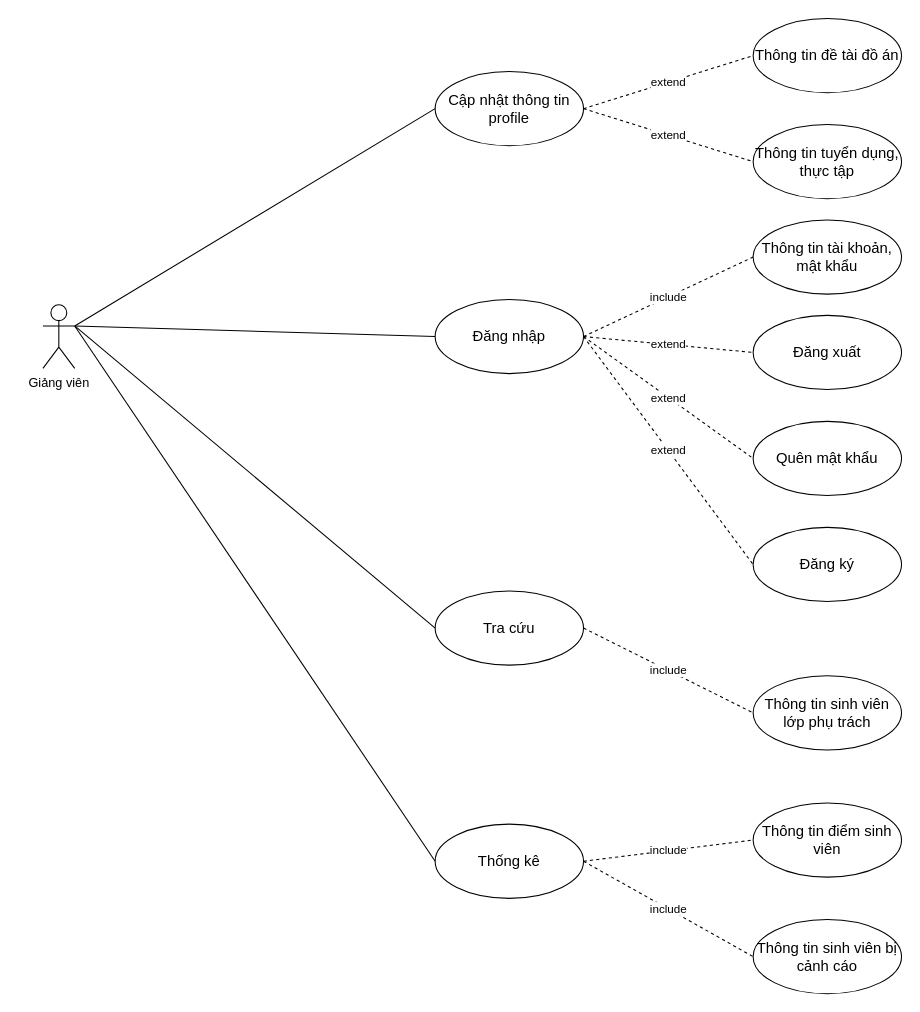
This is DA_II/drawio/usecaseLecturer.drawio from toroieno/HUST, a draw.io file, before an edit. Source tidied: cells renumbered, new cells numbered last; positions are measured from the earlier drawing's top-left corner, leaving out a move shared by most shapes. Both pictures are drawn from the tidied source at 106%, with x=0, y=0 at pixel (42, 18).
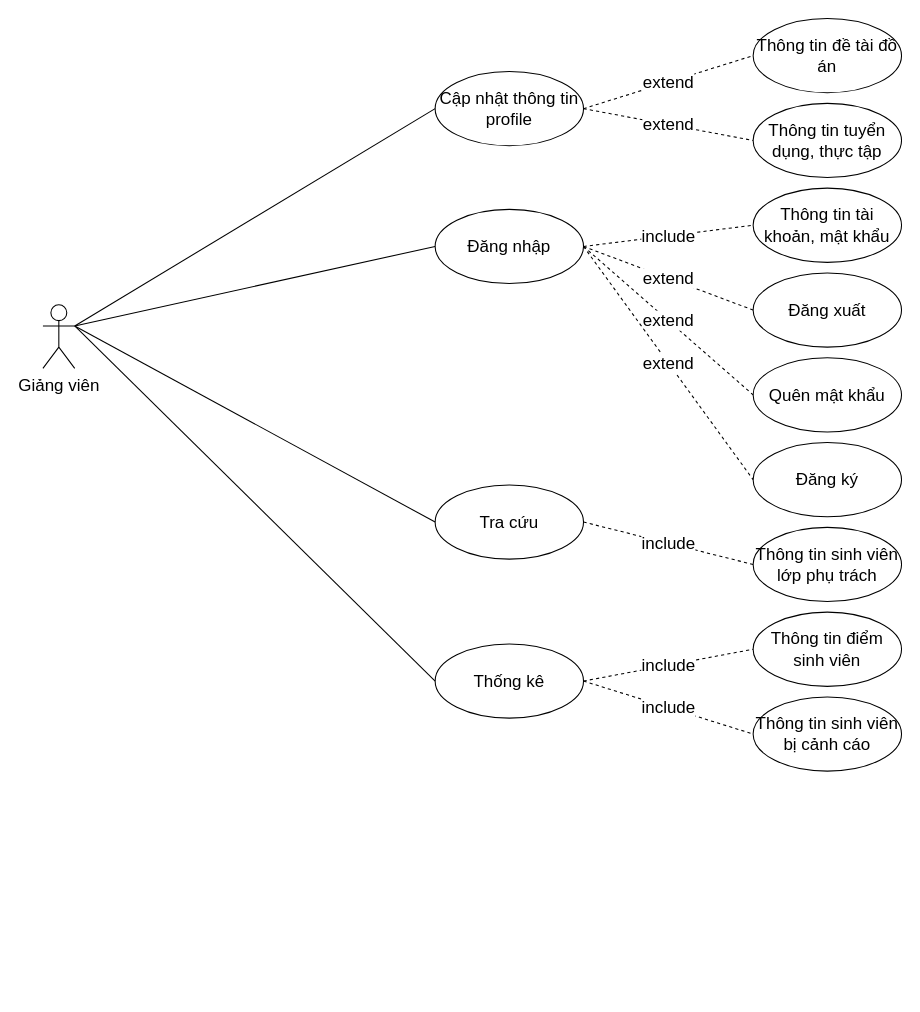
The same diagram, later.

Change to the diagram source:
```diff
@@
-    <mxCell id="2" value="Giảng viên" style="shape=umlActor;verticalLabelPosition=bottom;verticalAlign=top;html=1;outlineConnect=0;" parent="1" vertex="1">
+    <mxCell id="2" value="Giảng viên" style="shape=umlActor;verticalLabelPosition=bottom;verticalAlign=top;html=1;outlineConnect=0;fontSize=16;" parent="1" vertex="1">
       <mxGeometry y="270" width="30" height="60" as="geometry" />
     </mxCell>
-    <mxCell id="3" value="Cập nhật thông tin profile" style="ellipse;whiteSpace=wrap;html=1;strokeWidth=1;fontSize=14;" parent="1" vertex="1">
+    <mxCell id="3" value="Cập nhật thông tin profile" style="ellipse;whiteSpace=wrap;html=1;strokeWidth=1;fontSize=16;" parent="1" vertex="1">
       <mxGeometry x="370" y="50" width="140" height="70" as="geometry" />
     </mxCell>
-    <mxCell id="4" value="Đăng nhập" style="ellipse;whiteSpace=wrap;html=1;strokeWidth=1;fontSize=14;" parent="1" vertex="1">
-      <mxGeometry x="370" y="265" width="140" height="70" as="geometry" />
+    <mxCell id="4" value="Đăng nhập" style="ellipse;whiteSpace=wrap;html=1;strokeWidth=1;fontSize=16;" parent="1" vertex="1">
+      <mxGeometry x="370" y="180" width="140" height="70" as="geometry" />
     </mxCell>
-    <mxCell id="5" value="Thống kê" style="ellipse;whiteSpace=wrap;html=1;strokeWidth=1;fontSize=14;" parent="1" vertex="1">
-      <mxGeometry x="370" y="760" width="140" height="70" as="geometry" />
+    <mxCell id="5" value="Thống kê" style="ellipse;whiteSpace=wrap;html=1;strokeWidth=1;fontSize=16;" parent="1" vertex="1">
+      <mxGeometry x="370" y="590" width="140" height="70" as="geometry" />
     </mxCell>
-    <mxCell id="6" value="Tra cứu" style="ellipse;whiteSpace=wrap;html=1;strokeWidth=1;fontSize=14;" parent="1" vertex="1">
-      <mxGeometry x="370" y="540" width="140" height="70" as="geometry" />
+    <mxCell id="6" value="Tra cứu" style="ellipse;whiteSpace=wrap;html=1;strokeWidth=1;fontSize=16;" parent="1" vertex="1">
+      <mxGeometry x="370" y="440" width="140" height="70" as="geometry" />
     </mxCell>
-    <mxCell id="7" style="endArrow=none;html=1;rounded=0;entryX=0;entryY=0.5;entryDx=0;entryDy=0;exitX=1;exitY=0.3333333333333333;exitDx=0;exitDy=0;exitPerimeter=0;" parent="1" edge="1" source="2" target="3">
+    <mxCell id="7" style="endArrow=none;html=1;rounded=0;entryX=0;entryY=0.5;entryDx=0;entryDy=0;exitX=1;exitY=0.3333333333333333;exitDx=0;exitDy=0;exitPerimeter=0;fontSize=16;" parent="1" edge="1" source="2" target="3">
       <mxGeometry relative="1" as="geometry" />
     </mxCell>
-    <mxCell id="8" style="endArrow=none;html=1;rounded=0;entryX=0;entryY=0.5;entryDx=0;entryDy=0;exitX=1;exitY=0.3333333333333333;exitDx=0;exitDy=0;exitPerimeter=0;" parent="1" edge="1" source="2" target="5">
+    <mxCell id="8" style="endArrow=none;html=1;rounded=0;entryX=0;entryY=0.5;entryDx=0;entryDy=0;exitX=1;exitY=0.3333333333333333;exitDx=0;exitDy=0;exitPerimeter=0;fontSize=16;" parent="1" edge="1" source="2" target="5">
       <mxGeometry relative="1" as="geometry" />
     </mxCell>
-    <mxCell id="9" style="endArrow=none;html=1;rounded=0;entryX=0;entryY=0.5;entryDx=0;entryDy=0;exitX=1;exitY=0.3333333333333333;exitDx=0;exitDy=0;exitPerimeter=0;" parent="1" edge="1" source="2" target="6">
+    <mxCell id="9" style="endArrow=none;html=1;rounded=0;entryX=0;entryY=0.5;entryDx=0;entryDy=0;exitX=1;exitY=0.3333333333333333;exitDx=0;exitDy=0;exitPerimeter=0;fontSize=16;" parent="1" edge="1" source="2" target="6">
       <mxGeometry relative="1" as="geometry" />
     </mxCell>
-    <mxCell id="10" style="endArrow=none;html=1;rounded=0;exitX=1;exitY=0.3333333333333333;exitDx=0;exitDy=0;exitPerimeter=0;entryX=0;entryY=0.5;entryDx=0;entryDy=0;" parent="1" edge="1" source="2" target="4">
+    <mxCell id="10" style="endArrow=none;html=1;rounded=0;exitX=1;exitY=0.3333333333333333;exitDx=0;exitDy=0;exitPerimeter=0;entryX=0;entryY=0.5;entryDx=0;entryDy=0;fontSize=16;" parent="1" edge="1" source="2" target="4">
       <mxGeometry relative="1" as="geometry" />
     </mxCell>
-    <mxCell id="11" value="include" style="endArrow=none;dashed=1;html=1;rounded=0;entryX=0;entryY=0.5;entryDx=0;entryDy=0;exitX=1;exitY=0.5;exitDx=0;exitDy=0;" parent="1" edge="1" source="4" target="12">
+    <mxCell id="11" value="include" style="endArrow=none;dashed=1;html=1;rounded=0;entryX=0;entryY=0.5;entryDx=0;entryDy=0;exitX=1;exitY=0.5;exitDx=0;exitDy=0;fontSize=16;" parent="1" edge="1" source="4" target="12">
       <mxGeometry relative="1" as="geometry" />
     </mxCell>
-    <mxCell id="12" value="Thông tin tài khoản, mật khẩu" style="ellipse;whiteSpace=wrap;html=1;strokeWidth=1;fontSize=14;" parent="1" vertex="1">
-      <mxGeometry x="670" y="190" width="140" height="70" as="geometry" />
+    <mxCell id="12" value="Thông tin tài khoản, mật khẩu" style="ellipse;whiteSpace=wrap;html=1;strokeWidth=1;fontSize=16;" parent="1" vertex="1">
+      <mxGeometry x="670" y="160" width="140" height="70" as="geometry" />
     </mxCell>
-    <mxCell id="13" value="Đăng xuất" style="ellipse;whiteSpace=wrap;html=1;strokeWidth=1;fontSize=14;" parent="1" vertex="1">
-      <mxGeometry x="670" y="280" width="140" height="70" as="geometry" />
+    <mxCell id="13" value="Đăng xuất" style="ellipse;whiteSpace=wrap;html=1;strokeWidth=1;fontSize=16;" parent="1" vertex="1">
+      <mxGeometry x="670" y="240" width="140" height="70" as="geometry" />
     </mxCell>
-    <mxCell id="14" value="extend" style="endArrow=none;dashed=1;html=1;rounded=0;entryX=0;entryY=0.5;entryDx=0;entryDy=0;exitX=1;exitY=0.5;exitDx=0;exitDy=0;" parent="1" edge="1" source="4" target="13">
+    <mxCell id="14" value="extend" style="endArrow=none;dashed=1;html=1;rounded=0;entryX=0;entryY=0.5;entryDx=0;entryDy=0;exitX=1;exitY=0.5;exitDx=0;exitDy=0;fontSize=16;" parent="1" edge="1" source="4" target="13">
       <mxGeometry relative="1" as="geometry" />
     </mxCell>
-    <mxCell id="15" value="Quên mật khẩu" style="ellipse;whiteSpace=wrap;html=1;strokeWidth=1;fontSize=14;" parent="1" vertex="1">
-      <mxGeometry x="670" y="380" width="140" height="70" as="geometry" />
+    <mxCell id="15" value="Quên mật khẩu" style="ellipse;whiteSpace=wrap;html=1;strokeWidth=1;fontSize=16;" parent="1" vertex="1">
+      <mxGeometry x="670" y="320" width="140" height="70" as="geometry" />
     </mxCell>
-    <mxCell id="16" value="extend" style="endArrow=none;dashed=1;html=1;rounded=0;entryX=0;entryY=0.5;entryDx=0;entryDy=0;exitX=1;exitY=0.5;exitDx=0;exitDy=0;" parent="1" edge="1" source="4" target="15">
+    <mxCell id="16" value="extend" style="endArrow=none;dashed=1;html=1;rounded=0;entryX=0;entryY=0.5;entryDx=0;entryDy=0;exitX=1;exitY=0.5;exitDx=0;exitDy=0;fontSize=16;" parent="1" edge="1" source="4" target="15">
       <mxGeometry relative="1" as="geometry" />
     </mxCell>
-    <mxCell id="17" value="Đăng ký" style="ellipse;whiteSpace=wrap;html=1;strokeWidth=1;fontSize=14;" parent="1" vertex="1">
-      <mxGeometry x="670" y="480" width="140" height="70" as="geometry" />
+    <mxCell id="17" value="Đăng ký" style="ellipse;whiteSpace=wrap;html=1;strokeWidth=1;fontSize=16;" parent="1" vertex="1">
+      <mxGeometry x="670" y="400" width="140" height="70" as="geometry" />
     </mxCell>
-    <mxCell id="18" value="extend" style="endArrow=none;dashed=1;html=1;rounded=0;entryX=0;entryY=0.5;entryDx=0;entryDy=0;exitX=1;exitY=0.5;exitDx=0;exitDy=0;" parent="1" edge="1" source="4" target="17">
+    <mxCell id="18" value="extend" style="endArrow=none;dashed=1;html=1;rounded=0;entryX=0;entryY=0.5;entryDx=0;entryDy=0;exitX=1;exitY=0.5;exitDx=0;exitDy=0;fontSize=16;" parent="1" edge="1" source="4" target="17">
       <mxGeometry relative="1" as="geometry" />
     </mxCell>
-    <mxCell id="19" value="Thông tin đề tài đồ án" style="ellipse;whiteSpace=wrap;html=1;strokeWidth=1;fontSize=14;" parent="1" vertex="1">
+    <mxCell id="19" value="Thông tin đề tài đồ án" style="ellipse;whiteSpace=wrap;html=1;strokeWidth=1;fontSize=16;" parent="1" vertex="1">
       <mxGeometry x="670" width="140" height="70" as="geometry" />
     </mxCell>
-    <mxCell id="20" value="extend" style="endArrow=none;dashed=1;html=1;rounded=0;entryX=0;entryY=0.5;entryDx=0;entryDy=0;exitX=1;exitY=0.5;exitDx=0;exitDy=0;" parent="1" edge="1" source="3" target="19">
+    <mxCell id="20" value="extend" style="endArrow=none;dashed=1;html=1;rounded=0;entryX=0;entryY=0.5;entryDx=0;entryDy=0;exitX=1;exitY=0.5;exitDx=0;exitDy=0;fontSize=16;" parent="1" edge="1" source="3" target="19">
       <mxGeometry relative="1" as="geometry" />
     </mxCell>
-    <mxCell id="21" value="Thông tin tuyển dụng, thực tập" style="ellipse;whiteSpace=wrap;html=1;strokeWidth=1;fontSize=14;" parent="1" vertex="1">
-      <mxGeometry x="670" y="100" width="140" height="70" as="geometry" />
+    <mxCell id="21" value="Thông tin tuyển dụng, thực tập" style="ellipse;whiteSpace=wrap;html=1;strokeWidth=1;fontSize=16;" parent="1" vertex="1">
+      <mxGeometry x="670" y="80" width="140" height="70" as="geometry" />
     </mxCell>
-    <mxCell id="22" value="extend" style="endArrow=none;dashed=1;html=1;rounded=0;entryX=0;entryY=0.5;entryDx=0;entryDy=0;exitX=1;exitY=0.5;exitDx=0;exitDy=0;" parent="1" edge="1" source="3" target="21">
+    <mxCell id="22" value="extend" style="endArrow=none;dashed=1;html=1;rounded=0;entryX=0;entryY=0.5;entryDx=0;entryDy=0;exitX=1;exitY=0.5;exitDx=0;exitDy=0;fontSize=16;" parent="1" edge="1" source="3" target="21">
       <mxGeometry relative="1" as="geometry" />
     </mxCell>
-    <mxCell id="23" value="Thông tin sinh viên lớp phụ trách" style="ellipse;whiteSpace=wrap;html=1;strokeWidth=1;fontSize=14;" parent="1" vertex="1">
-      <mxGeometry x="670" y="620" width="140" height="70" as="geometry" />
+    <mxCell id="23" value="Thông tin sinh viên lớp phụ trách" style="ellipse;whiteSpace=wrap;html=1;strokeWidth=1;fontSize=16;" parent="1" vertex="1">
+      <mxGeometry x="670" y="480" width="140" height="70" as="geometry" />
     </mxCell>
-    <mxCell id="24" value="include" style="endArrow=none;dashed=1;html=1;rounded=0;entryX=0;entryY=0.5;entryDx=0;entryDy=0;exitX=1;exitY=0.5;exitDx=0;exitDy=0;" parent="1" edge="1" source="6" target="23">
+    <mxCell id="24" value="include" style="endArrow=none;dashed=1;html=1;rounded=0;entryX=0;entryY=0.5;entryDx=0;entryDy=0;exitX=1;exitY=0.5;exitDx=0;exitDy=0;fontSize=16;" parent="1" edge="1" source="6" target="23">
       <mxGeometry relative="1" as="geometry" />
     </mxCell>
-    <mxCell id="25" value="Thông tin điểm sinh viên" style="ellipse;whiteSpace=wrap;html=1;strokeWidth=1;fontSize=14;" parent="1" vertex="1">
-      <mxGeometry x="670" y="740" width="140" height="70" as="geometry" />
+    <mxCell id="25" value="Thông tin điểm sinh viên" style="ellipse;whiteSpace=wrap;html=1;strokeWidth=1;fontSize=16;" parent="1" vertex="1">
+      <mxGeometry x="670" y="560" width="140" height="70" as="geometry" />
     </mxCell>
-    <mxCell id="26" value="Thông tin sinh viên bị cảnh cáo" style="ellipse;whiteSpace=wrap;html=1;strokeWidth=1;fontSize=14;" parent="1" vertex="1">
-      <mxGeometry x="670" y="850" width="140" height="70" as="geometry" />
+    <mxCell id="26" value="Thông tin sinh viên bị cảnh cáo" style="ellipse;whiteSpace=wrap;html=1;strokeWidth=1;fontSize=16;" parent="1" vertex="1">
+      <mxGeometry x="670" y="640" width="140" height="70" as="geometry" />
     </mxCell>
-    <mxCell id="27" value="include" style="endArrow=none;dashed=1;html=1;rounded=0;entryX=0;entryY=0.5;entryDx=0;entryDy=0;exitX=1;exitY=0.5;exitDx=0;exitDy=0;" parent="1" edge="1" source="5" target="25">
+    <mxCell id="27" value="include" style="endArrow=none;dashed=1;html=1;rounded=0;entryX=0;entryY=0.5;entryDx=0;entryDy=0;exitX=1;exitY=0.5;exitDx=0;exitDy=0;fontSize=16;" parent="1" edge="1" source="5" target="25">
       <mxGeometry relative="1" as="geometry" />
     </mxCell>
-    <mxCell id="28" value="include" style="endArrow=none;dashed=1;html=1;rounded=0;entryX=0;entryY=0.5;entryDx=0;entryDy=0;exitX=1;exitY=0.5;exitDx=0;exitDy=0;" parent="1" edge="1" source="5" target="26">
+    <mxCell id="28" value="include" style="endArrow=none;dashed=1;html=1;rounded=0;entryX=0;entryY=0.5;entryDx=0;entryDy=0;exitX=1;exitY=0.5;exitDx=0;exitDy=0;fontSize=16;" parent="1" edge="1" source="5" target="26">
       <mxGeometry relative="1" as="geometry" />
     </mxCell>
```
